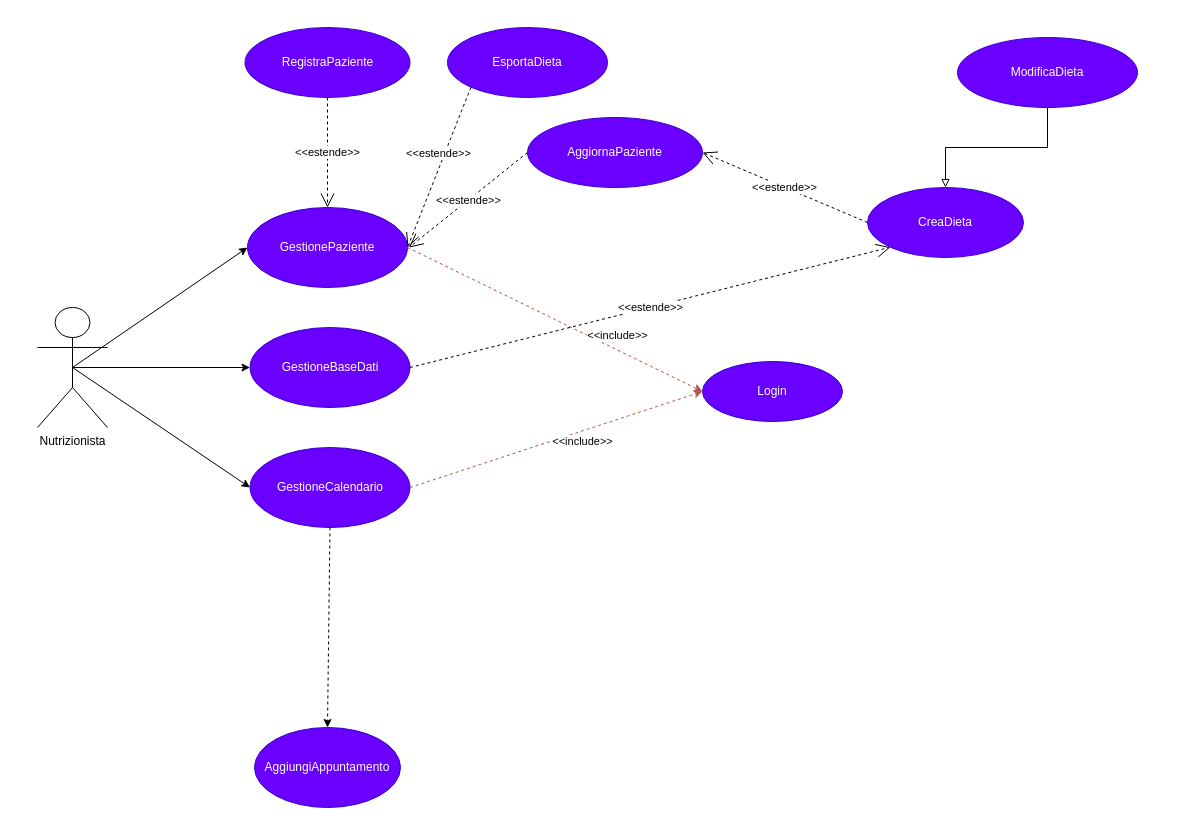
This is Casi_d'uso(1).drawio from DeborohNoah/IngSoft, a draw.io file, before an edit. Source tidied: cells renumbered, new cells numbered last; positions are measured from the earlier drawing's top-left corner, leaving out a move shared by most shapes. Both pictures are drawn from the tidied source at 100%, with x=0, y=0 at pixel (37, 27).
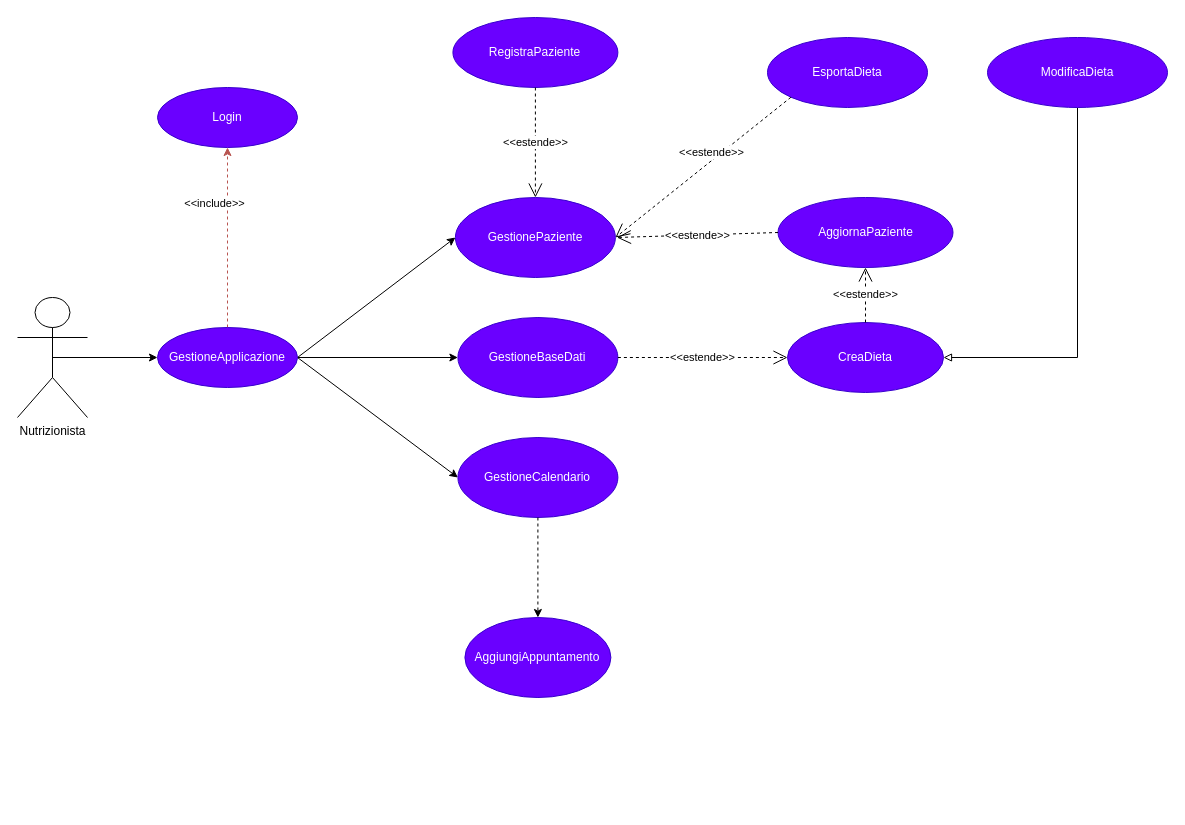
The same page after the edit.

Commit message:
Casi d'uso con proxy

Change to the diagram source:
```diff
@@
     <mxCell id="2" value="Nutrizionista" style="shape=umlActor;verticalLabelPosition=bottom;verticalAlign=top;html=1;outlineConnect=0;" parent="1" vertex="1">
-      <mxGeometry y="280" width="70" height="120" as="geometry" />
+      <mxGeometry x="-20" y="270" width="70" height="120" as="geometry" />
     </mxCell>
     <mxCell id="3" value="Login" style="ellipse;whiteSpace=wrap;html=1;fillColor=#6a00ff;strokeColor=#3700CC;fontColor=#ffffff;" parent="1" vertex="1">
-      <mxGeometry x="665" y="334" width="140" height="60" as="geometry" />
+      <mxGeometry x="120" y="60" width="140" height="60" as="geometry" />
     </mxCell>
     <mxCell id="4" value="GestioneCalendario&lt;br&gt;" style="ellipse;whiteSpace=wrap;html=1;fillColor=#6a00ff;fontColor=#ffffff;strokeColor=#3700CC;" parent="1" vertex="1">
-      <mxGeometry x="212.5" y="420" width="160" height="80" as="geometry" />
+      <mxGeometry x="420.4" y="410" width="160" height="80" as="geometry" />
     </mxCell>
     <mxCell id="5" value="CreaDieta" style="ellipse;whiteSpace=wrap;html=1;fillColor=#6a00ff;fontColor=#ffffff;strokeColor=#3700CC;" parent="1" vertex="1">
-      <mxGeometry x="830" y="160" width="156" height="70" as="geometry" />
+      <mxGeometry x="750" y="295" width="156" height="70" as="geometry" />
     </mxCell>
     <mxCell id="6" value="RegistraPaziente" style="ellipse;whiteSpace=wrap;html=1;fillColor=#6a00ff;fontColor=#ffffff;strokeColor=#3700CC;" parent="1" vertex="1">
-      <mxGeometry x="207.5" width="165" height="70" as="geometry" />
+      <mxGeometry x="415.4" y="-10" width="165" height="70" as="geometry" />
     </mxCell>
     <mxCell id="7" value="EsportaDieta" style="ellipse;whiteSpace=wrap;html=1;fillColor=#6a00ff;fontColor=#ffffff;strokeColor=#3700CC;" parent="1" vertex="1">
-      <mxGeometry x="410" width="160" height="70" as="geometry" />
+      <mxGeometry x="730" y="10" width="160" height="70" as="geometry" />
     </mxCell>
     <mxCell id="8" value="AggiornaPaziente&lt;br&gt;" style="ellipse;whiteSpace=wrap;html=1;fillColor=#6a00ff;fontColor=#ffffff;strokeColor=#3700CC;" parent="1" vertex="1">
-      <mxGeometry x="490" y="90" width="175" height="70" as="geometry" />
+      <mxGeometry x="740.5" y="170" width="175" height="70" as="geometry" />
     </mxCell>
     <mxCell id="9" value="GestioneBaseDati" style="ellipse;whiteSpace=wrap;html=1;fillColor=#6a00ff;fontColor=#ffffff;strokeColor=#3700CC;" parent="1" vertex="1">
-      <mxGeometry x="212.5" y="300" width="160" height="80" as="geometry" />
+      <mxGeometry x="420.4" y="290" width="160" height="80" as="geometry" />
     </mxCell>
     <mxCell id="10" value="GestionePaziente&lt;br&gt;" style="ellipse;whiteSpace=wrap;html=1;fillColor=#6a00ff;fontColor=#ffffff;strokeColor=#3700CC;" parent="1" vertex="1">
-      <mxGeometry x="210" y="180" width="160" height="80" as="geometry" />
+      <mxGeometry x="417.9" y="170" width="160" height="80" as="geometry" />
     </mxCell>
-    <mxCell id="11" style="edgeStyle=orthogonalEdgeStyle;jettySize=auto;html=1;exitX=0.5;exitY=1;exitDx=0;exitDy=0;entryX=0.5;entryY=0;entryDx=0;entryDy=0;endArrow=block;endFill=0;rounded=0;" parent="1" edge="1" source="12" target="5">
+    <mxCell id="11" style="edgeStyle=orthogonalEdgeStyle;jettySize=auto;html=1;exitX=0.5;exitY=1;exitDx=0;exitDy=0;entryX=1;entryY=0.5;entryDx=0;entryDy=0;endArrow=block;endFill=0;rounded=0;" parent="1" edge="1" source="12" target="5">
       <mxGeometry relative="1" as="geometry" />
     </mxCell>
     <mxCell id="12" value="ModificaDieta" style="ellipse;whiteSpace=wrap;html=1;fillColor=#6a00ff;fontColor=#ffffff;strokeColor=#3700CC;" parent="1" vertex="1">
-      <mxGeometry x="920" y="10" width="180" height="70" as="geometry" />
+      <mxGeometry x="950" y="10" width="180" height="70" as="geometry" />
     </mxCell>
-    <mxCell id="13" value="&amp;lt;&amp;lt;include&amp;gt;&amp;gt;" style="endArrow=classic;html=1;dashed=1; rounded=0;exitX=1;exitY=0.5;exitDx=0;exitDy=0;entryX=0;entryY=0.5;entryDx=0;entryDy=0;fillColor=#f8cecc;strokeColor=#b85450;" parent="1" edge="1" source="10" target="3">
+    <mxCell id="13" value="&amp;lt;&amp;lt;include&amp;gt;&amp;gt;" style="endArrow=classic;html=1;dashed=1; rounded=0;exitX=0.5;exitY=0;exitDx=0;exitDy=0;fillColor=#f8cecc;strokeColor=#b85450;entryX=0.5;entryY=1;entryDx=0;entryDy=0;" parent="1" edge="1" source="26" target="3">
       <mxGeometry x="0.38" y="13" relative="1" as="geometry" />
     </mxCell>
-    <mxCell id="14" style="endArrow=classic;html=1;rounded=0;exitX=0.5;exitY=0.5;exitDx=0;exitDy=0;exitPerimeter=0;entryX=0;entryY=0.5;entryDx=0;entryDy=0;" parent="1" edge="1" source="2" target="10">
+    <mxCell id="14" style="endArrow=classic;html=1;rounded=0;entryX=0;entryY=0.5;entryDx=0;entryDy=0;exitX=1;exitY=0.5;exitDx=0;exitDy=0;" parent="1" edge="1" source="26" target="10">
       <mxGeometry relative="1" as="geometry" />
     </mxCell>
-    <mxCell id="15" style="endArrow=classic;html=1;rounded=0;entryX=0;entryY=0.5;entryDx=0;entryDy=0;exitX=0.5;exitY=0.5;exitDx=0;exitDy=0;exitPerimeter=0;" parent="1" edge="1" source="2" target="9">
+    <mxCell id="15" style="endArrow=classic;html=1;rounded=0;entryX=0;entryY=0.5;entryDx=0;entryDy=0;" parent="1" edge="1" source="26" target="9">
       <mxGeometry relative="1" as="geometry" />
     </mxCell>
-    <mxCell id="16" style="endArrow=classic;html=1;rounded=0;exitX=0.5;exitY=0.5;exitDx=0;exitDy=0;exitPerimeter=0;entryX=0;entryY=0.5;entryDx=0;entryDy=0;" parent="1" edge="1" source="2" target="4">
+    <mxCell id="16" style="endArrow=classic;html=1;rounded=0;entryX=0;entryY=0.5;entryDx=0;entryDy=0;exitX=1;exitY=0.5;exitDx=0;exitDy=0;" parent="1" edge="1" source="26" target="4">
       <mxGeometry relative="1" as="geometry" />
     </mxCell>
-    <mxCell id="17" style="endArrow=classic;html=1;dashed=1; rounded=0;exitX=1;exitY=0.5;exitDx=0;exitDy=0;entryX=0;entryY=0.5;entryDx=0;entryDy=0;fillColor=#f8cecc;strokeColor=#b85450;" parent="1" edge="1" source="4" target="3">
-      <mxGeometry relative="1" as="geometry" />
-    </mxCell>
-    <mxCell id="18" value="&amp;lt;&amp;lt;include&amp;gt;&amp;gt;&lt;br&gt;" style="edgeLabel;html=1;align=center;verticalAlign=middle;fontFamily=Helvetica;" parent="17" vertex="1">
-      <mxGeometry x="0.1" y="3" relative="1" as="geometry">
-        <mxPoint x="12" y="9" as="offset" />
-      </mxGeometry>
-    </mxCell>
     <mxCell id="19" value="AggiungiAppuntamento&lt;br&gt;" style="ellipse;whiteSpace=wrap;html=1;fillColor=#6a00ff;fontColor=#ffffff;strokeColor=#3700CC;" parent="1" vertex="1">
-      <mxGeometry x="217" y="700" width="146" height="80" as="geometry" />
+      <mxGeometry x="427.4" y="590" width="146" height="80" as="geometry" />
     </mxCell>
@@
     <mxCell id="22" value="&amp;lt;&amp;lt;estende&amp;gt;&amp;gt;" style="endArrow=open;endSize=12;dashed=1;html=1;rounded=0;fontFamily=Helvetica;exitX=0;exitY=0.5;exitDx=0;exitDy=0;entryX=0.5;entryY=0;entryDx=0;entryDy=0;" parent="1" edge="1" source="8">
       <mxGeometry relative="1" as="geometry">
-        <mxPoint x="371.5" y="220" as="targetPoint" />
+        <mxPoint x="579.4" y="210" as="targetPoint" />
       </mxGeometry>
     </mxCell>
-    <mxCell id="23" value="&amp;lt;&amp;lt;estende&amp;gt;&amp;gt;" style="endArrow=open;endSize=12;dashed=1;html=1;rounded=0;fontFamily=Helvetica;exitX=0;exitY=0.5;exitDx=0;exitDy=0;entryX=1;entryY=0.5;entryDx=0;entryDy=0;" parent="1" edge="1" source="5" target="8">
+    <mxCell id="23" value="&amp;lt;&amp;lt;estende&amp;gt;&amp;gt;" style="endArrow=open;endSize=12;dashed=1;html=1;rounded=0;fontFamily=Helvetica;entryX=0.5;entryY=1;entryDx=0;entryDy=0;" parent="1" edge="1" source="5" target="8">
       <mxGeometry relative="1" as="geometry" />
     </mxCell>
@@
-    <mxCell id="25" value="&amp;lt;&amp;lt;estende&amp;gt;&amp;gt;" style="endArrow=open;endSize=12;dashed=1;html=1;rounded=0;fontFamily=Helvetica;exitX=1;exitY=0.5;exitDx=0;exitDy=0;entryX=0;entryY=1;entryDx=0;entryDy=0;" parent="1" edge="1" source="9" target="5">
+    <mxCell id="25" value="&amp;lt;&amp;lt;estende&amp;gt;&amp;gt;" style="endArrow=open;endSize=12;dashed=1;html=1;rounded=0;fontFamily=Helvetica;exitX=1;exitY=0.5;exitDx=0;exitDy=0;entryX=0;entryY=0.5;entryDx=0;entryDy=0;" parent="1" edge="1" source="9" target="5">
       <mxGeometry relative="1" as="geometry" />
     </mxCell>
+    <mxCell id="26" value="GestioneApplicazione" style="ellipse;whiteSpace=wrap;html=1;fillColor=#6a00ff;strokeColor=#3700CC;fontColor=#ffffff;" parent="1" vertex="1">
+      <mxGeometry x="120" y="300" width="140" height="60" as="geometry" />
+    </mxCell>
+    <mxCell id="27" style="endArrow=classic;html=1;rounded=0;entryX=0;entryY=0.5;entryDx=0;entryDy=0;exitX=0.5;exitY=0.5;exitDx=0;exitDy=0;exitPerimeter=0;" parent="1" edge="1" source="2" target="26">
+      <mxGeometry relative="1" as="geometry" />
+    </mxCell>
```
